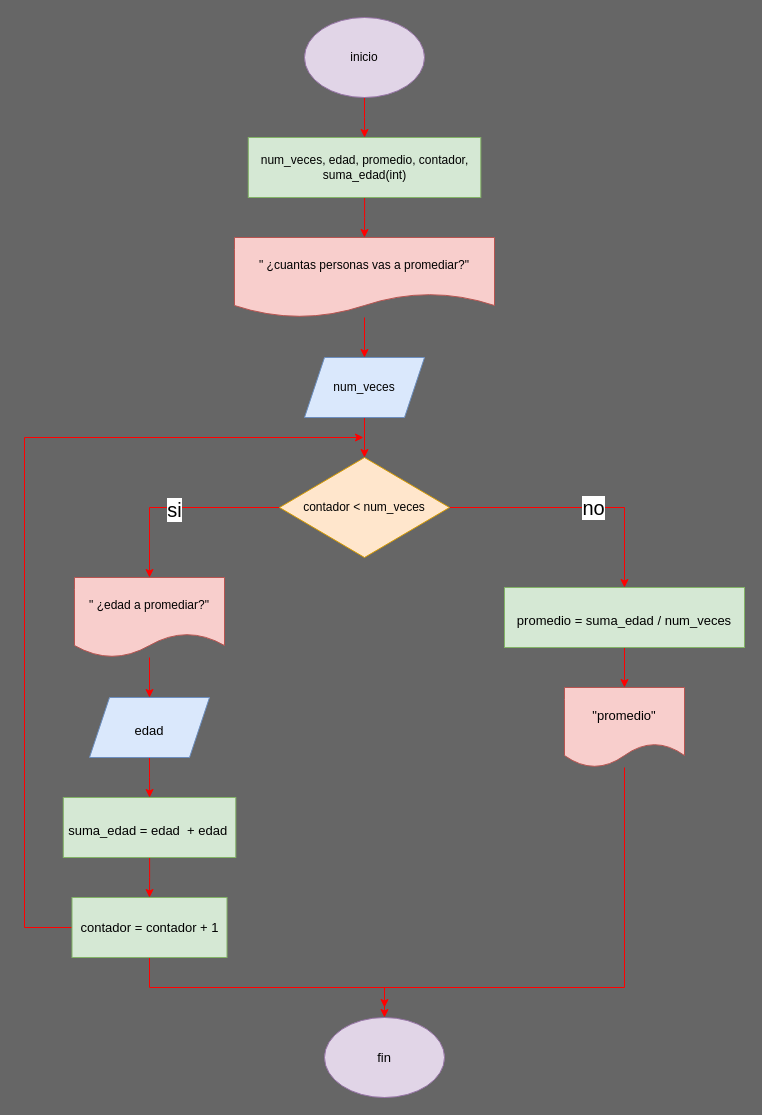
Earlier version of the draw.io diagram proyecto_final1/proyecto_final a subir2.drawio (CrlsAvi/Pensamiento_computacional). Source tidied: cells renumbered, new cells numbered last; positions are measured from the earlier drawing's top-left corner, leaving out a move shared by most shapes. Both pictures are drawn from the tidied source at 100%, with x=0, y=0 at pixel (24, 17).
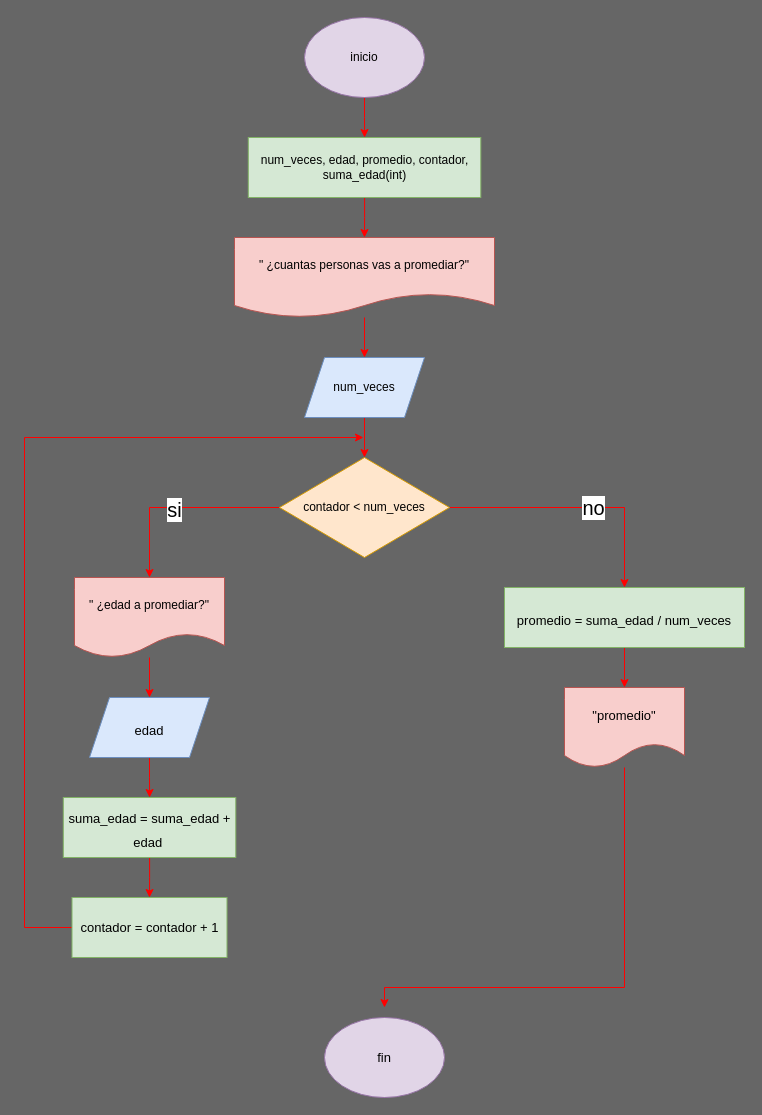
The same diagram, later.

Unchanged cells that the change refers to:
```xml
<mxCell id="25" value="contador = contador + 1" style="rounded=0;whiteSpace=wrap;html=1;fontSize=13;fillColor=#d5e8d4;strokeColor=#82b366;" parent="1" vertex="1">
  <mxGeometry x="47.5" y="880" width="155" height="60" as="geometry" />
</mxCell>
<mxCell id="26" value="fin" style="ellipse;whiteSpace=wrap;html=1;fontSize=13;fillColor=#e1d5e7;strokeColor=#9673a6;" parent="1" vertex="1">
  <mxGeometry x="300" y="1000" width="120" height="80" as="geometry" />
</mxCell>
```

What changed in the source:
```diff
@@
-    <mxCell id="22" value="&lt;font style=&quot;font-size: 13px;&quot;&gt;suma_edad = edad&amp;nbsp; + edad&amp;nbsp;&lt;/font&gt;" style="rounded=0;whiteSpace=wrap;html=1;fontSize=20;fillColor=#d5e8d4;strokeColor=#82b366;" parent="1" vertex="1">
+    <mxCell id="22" value="&lt;font style=&quot;font-size: 13px;&quot;&gt;suma_edad = suma_edad + edad&amp;nbsp;&lt;/font&gt;" style="rounded=0;whiteSpace=wrap;html=1;fontSize=20;fillColor=#d5e8d4;strokeColor=#82b366;" parent="1" vertex="1">
       <mxGeometry x="38.8" y="780" width="172.5" height="60" as="geometry" />
     </mxCell>
@@
-    <mxCell id="24" style="edgeStyle=orthogonalEdgeStyle;rounded=0;jettySize=auto;html=1;strokeColor=#FF0000;fontSize=13;" parent="1" edge="1" source="25" target="26">
-      <mxGeometry relative="1" as="geometry">
-        <Array as="points">
-          <mxPoint x="125" y="970" />
-          <mxPoint x="360" y="970" />
-        </Array>
-      </mxGeometry>
-    </mxCell>
```
